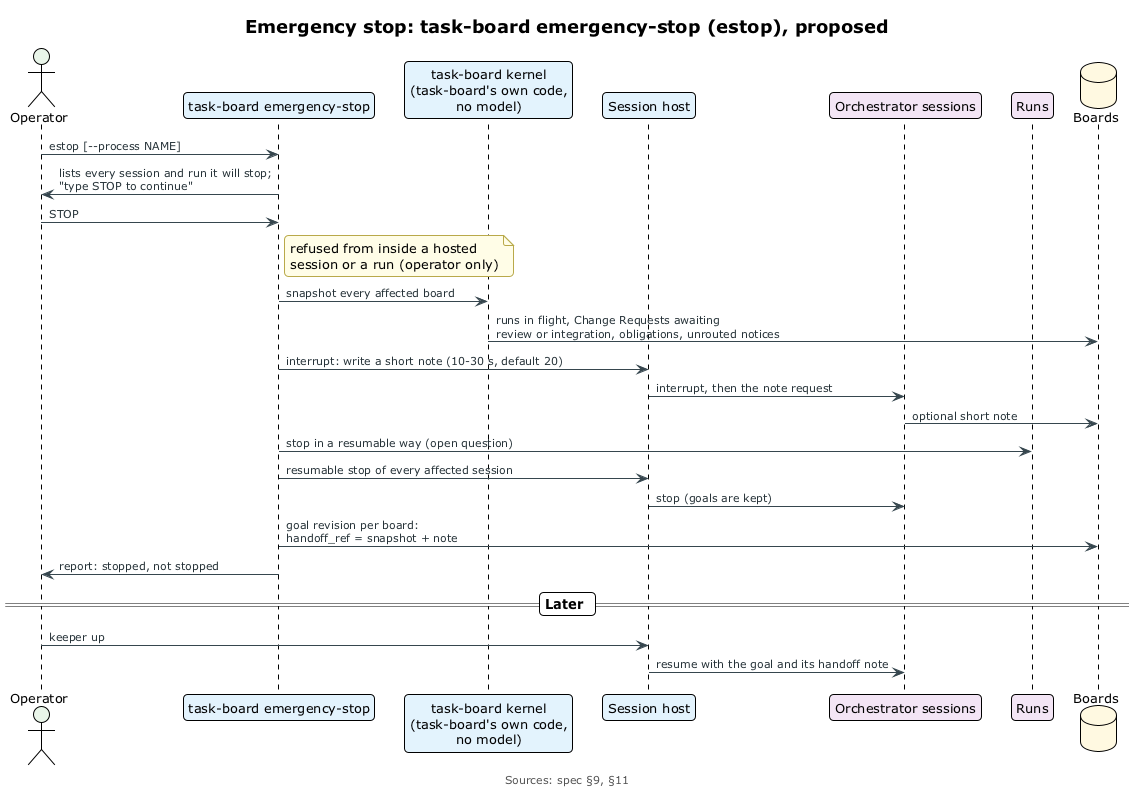
relux-works/agent-session-host keeps this PlantUML diagram as diagrams/artefacts/plantuml/emergency-stop.png. Above is the earlier version.
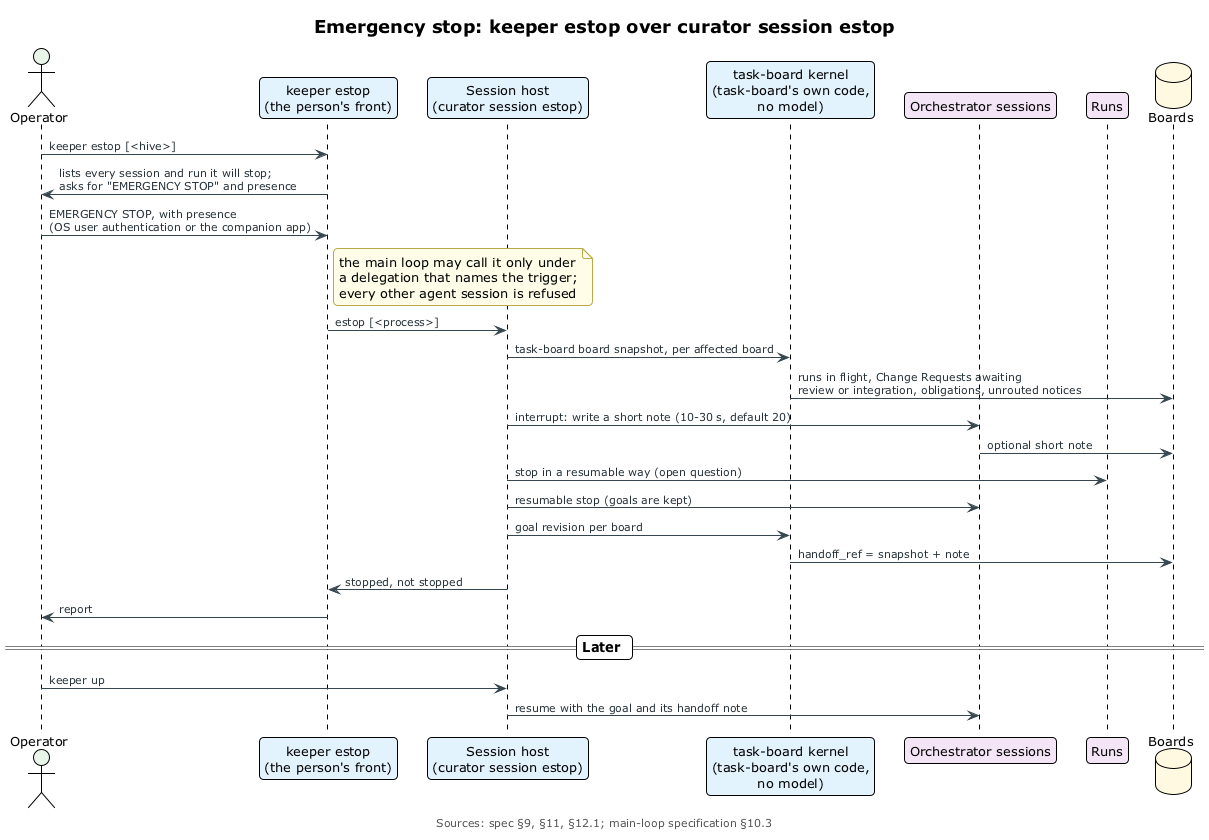
After the change.

Commit message:
Session host v0.3: apply the adopted command-line shape

Diff of the diagram source:
```diff
@@ -1,37 +1,39 @@
 @startuml emergency-stop
 !include ../_includes/theme.puml
 
-title Emergency stop: task-board emergency-stop (estop), proposed
+title Emergency stop: keeper estop over curator session estop
 
 actor "Operator" as P $PERSON
-participant "task-board emergency-stop" as E $SERVICE
+participant "keeper estop\n(the person's front)" as KE $SERVICE
+participant "Session host\n(curator session estop)" as H $SERVICE
 participant "task-board kernel\n(task-board's own code,\nno model)" as K $SERVICE
-participant "Session host" as H $SERVICE
 participant "Orchestrator sessions" as S $AGENT
 participant "Runs" as R $AGENT
 database "Boards" as B $COMMITTED
 
-P -> E: estop [--process NAME]
-E -> P: lists every session and run it will stop;\n"type STOP to continue"
-P -> E: STOP
-note right of E
-  refused from inside a hosted
-  session or a run (operator only)
+P -> KE: keeper estop [<hive>]
+KE -> P: lists every session and run it will stop;\nasks for "EMERGENCY STOP" and presence
+P -> KE: EMERGENCY STOP, with presence\n(OS user authentication or the companion app)
+note right of KE
+  the main loop may call it only under
+  a delegation that names the trigger;
+  every other agent session is refused
 end note
-E -> K: snapshot every affected board
+KE -> H: estop [<process>]
+H -> K: task-board board snapshot, per affected board
 K -> B: runs in flight, Change Requests awaiting\nreview or integration, obligations, unrouted notices
-E -> H: interrupt: write a short note (10-30 s, default 20)
-H -> S: interrupt, then the note request
+H -> S: interrupt: write a short note (10-30 s, default 20)
 S -> B: optional short note
-E -> R: stop in a resumable way (open question)
-E -> H: resumable stop of every affected session
-H -> S: stop (goals are kept)
-E -> B: goal revision per board:\nhandoff_ref = snapshot + note
-E -> P: report: stopped, not stopped
+H -> R: stop in a resumable way (open question)
+H -> S: resumable stop (goals are kept)
+H -> K: goal revision per board
+K -> B: handoff_ref = snapshot + note
+H -> KE: stopped, not stopped
+KE -> P: report
 
 == Later ==
 P -> H: keeper up
 H -> S: resume with the goal and its handoff note
 
-caption Sources: spec §9, §11
+caption Sources: spec §9, §11, §12.1; main-loop specification §10.3
 @enduml
```
